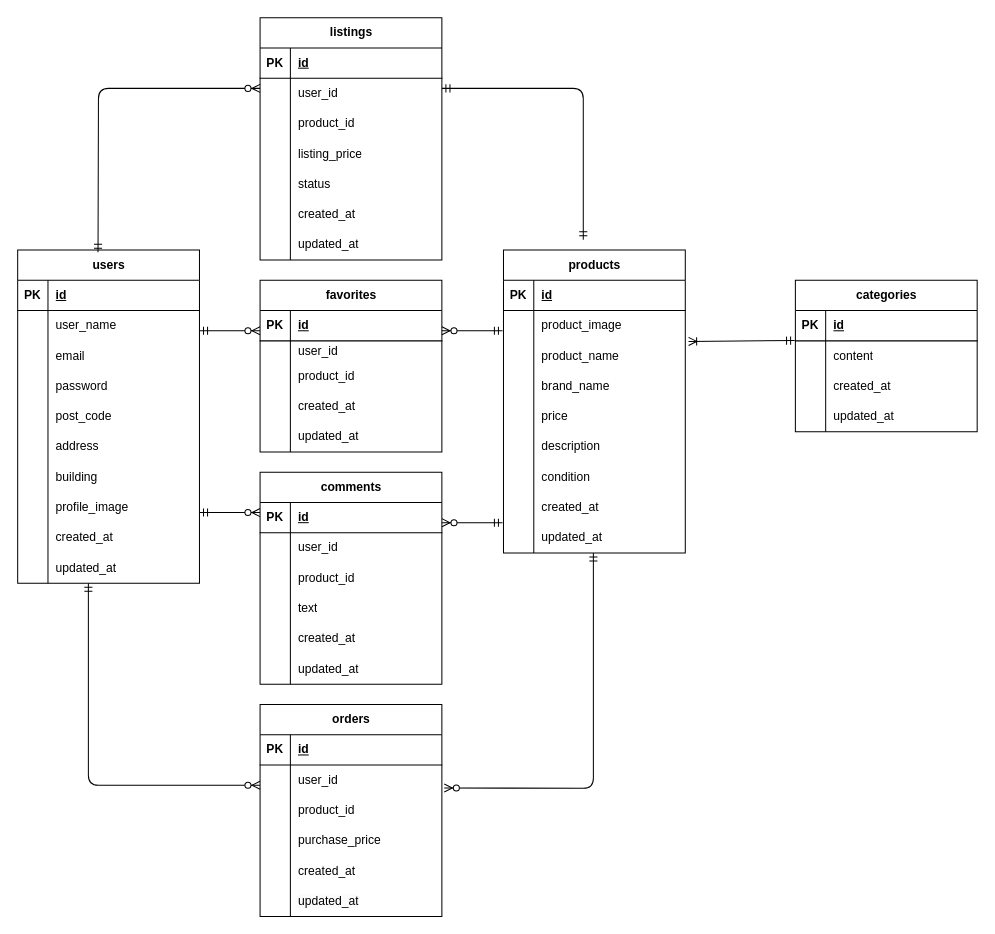
This is er.drawio from sa-0117/flea-market-app, a draw.io file, before an edit. Source tidied: cells renumbered, new cells numbered last; positions are measured from the earlier drawing's top-left corner, leaving out a move shared by most shapes. Both pictures are drawn from the tidied source at 101%, with x=0, y=0 at pixel (17, 17).
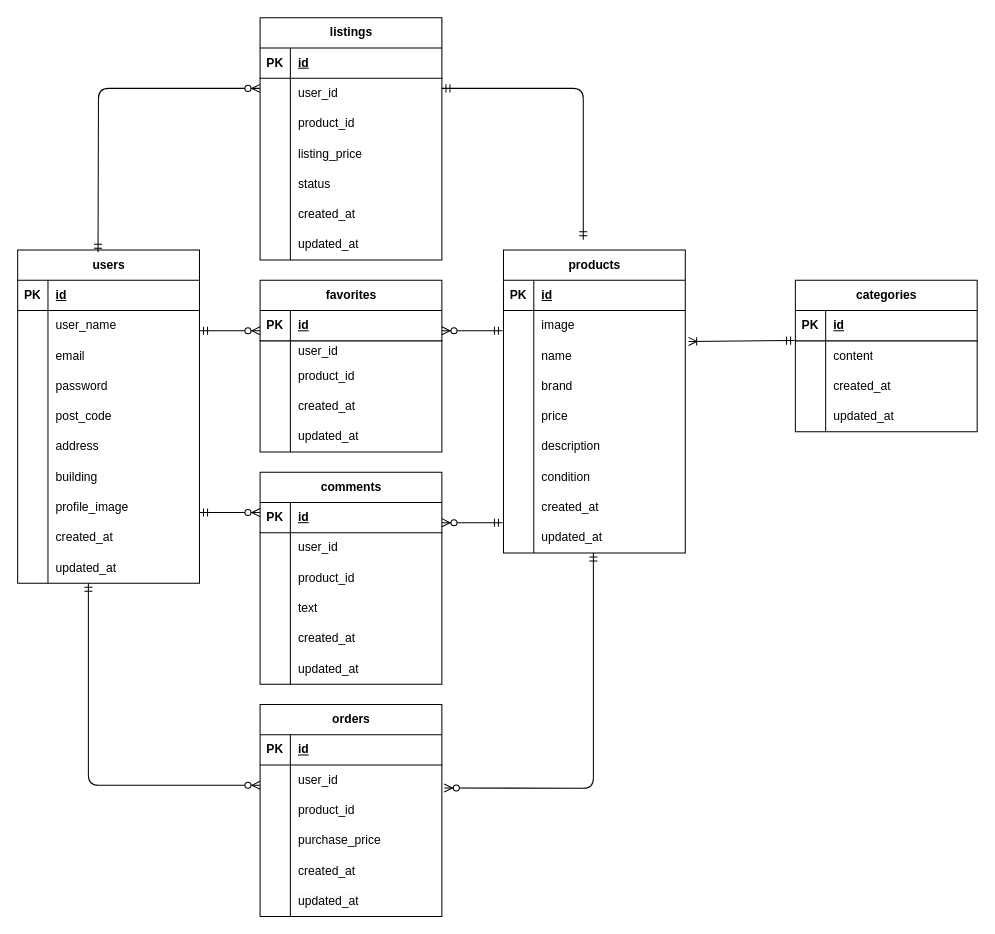
Above is the later version.

The change refers to these unchanged cells:
```xml
<mxCell id="37" style="shape=tableRow;horizontal=0;startSize=0;swimlaneHead=0;swimlaneBody=0;fillColor=none;top=0;left=0;right=0;bottom=0;" parent="33" vertex="1">
  <mxGeometry y="60" width="180" height="30" as="geometry" />
</mxCell>
<mxCell id="40" style="shape=tableRow;horizontal=0;startSize=0;swimlaneHead=0;swimlaneBody=0;fillColor=none;points=[[0,0.5],[1,0.5]];portConstraint=eastwest;top=0;left=0;right=0;bottom=0;" parent="33" vertex="1">
  <mxGeometry y="90" width="180" height="30" as="geometry" />
</mxCell>
<mxCell id="43" style="shape=tableRow;horizontal=0;startSize=0;swimlaneHead=0;swimlaneBody=0;fillColor=none;top=0;left=0;right=0;bottom=0;" parent="33" vertex="1">
  <mxGeometry y="120" width="180" height="30" as="geometry" />
</mxCell>
```

The edit, as a diff of the source:
```diff
@@
-    <mxCell id="39" value="product_image" style="shape=partialRectangle;fillColor=none;top=0;left=0;bottom=0;right=0;align=left;spacingLeft=6;overflow=hidden;whiteSpace=wrap;html=1;" parent="37" vertex="1">
+    <mxCell id="39" value="image" style="shape=partialRectangle;fillColor=none;top=0;left=0;bottom=0;right=0;align=left;spacingLeft=6;overflow=hidden;whiteSpace=wrap;html=1;" parent="37" vertex="1">
       <mxGeometry x="30" width="150" height="30" as="geometry" />
     </mxCell>
@@
-    <mxCell id="42" value="product_name" style="shape=partialRectangle;fillColor=none;top=0;left=0;bottom=0;right=0;align=left;spacingLeft=6;overflow=hidden;whiteSpace=wrap;html=1;" parent="40" vertex="1">
+    <mxCell id="42" value="name" style="shape=partialRectangle;fillColor=none;top=0;left=0;bottom=0;right=0;align=left;spacingLeft=6;overflow=hidden;whiteSpace=wrap;html=1;" parent="40" vertex="1">
       <mxGeometry x="30" width="150" height="30" as="geometry" />
     </mxCell>
@@
-    <mxCell id="45" value="&lt;span style=&quot;color: rgb(0, 0, 0);&quot;&gt;brand_name&lt;/span&gt;" style="shape=partialRectangle;fillColor=none;top=0;left=0;bottom=0;right=0;align=left;spacingLeft=6;overflow=hidden;whiteSpace=wrap;html=1;" parent="43" vertex="1">
+    <mxCell id="45" value="&lt;span style=&quot;color: rgb(0, 0, 0);&quot;&gt;brand&lt;/span&gt;" style="shape=partialRectangle;fillColor=none;top=0;left=0;bottom=0;right=0;align=left;spacingLeft=6;overflow=hidden;whiteSpace=wrap;html=1;" parent="43" vertex="1">
       <mxGeometry x="30" width="150" height="30" as="geometry" />
     </mxCell>
```
